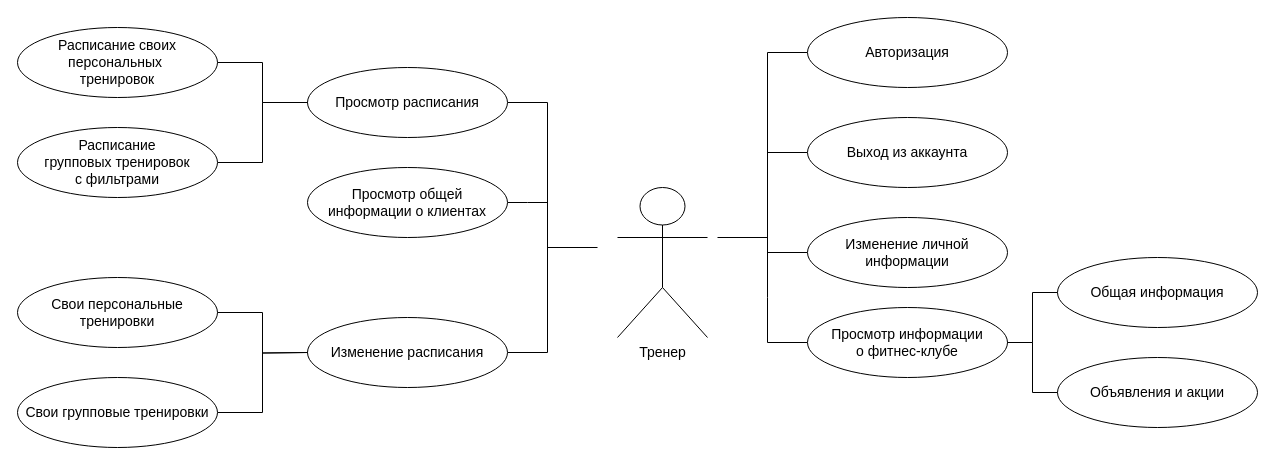
Earlier version of the draw.io diagram page "trainer" (3 of 4) of img/usecase.drawio (Ananasiika/FlexAirFit). Source tidied: cells renumbered, new cells numbered last; positions are measured from the earlier drawing's top-left corner, leaving out a move shared by most shapes. Both pictures are drawn from the tidied source at 100%, with x=0, y=0 at pixel (17, 17).
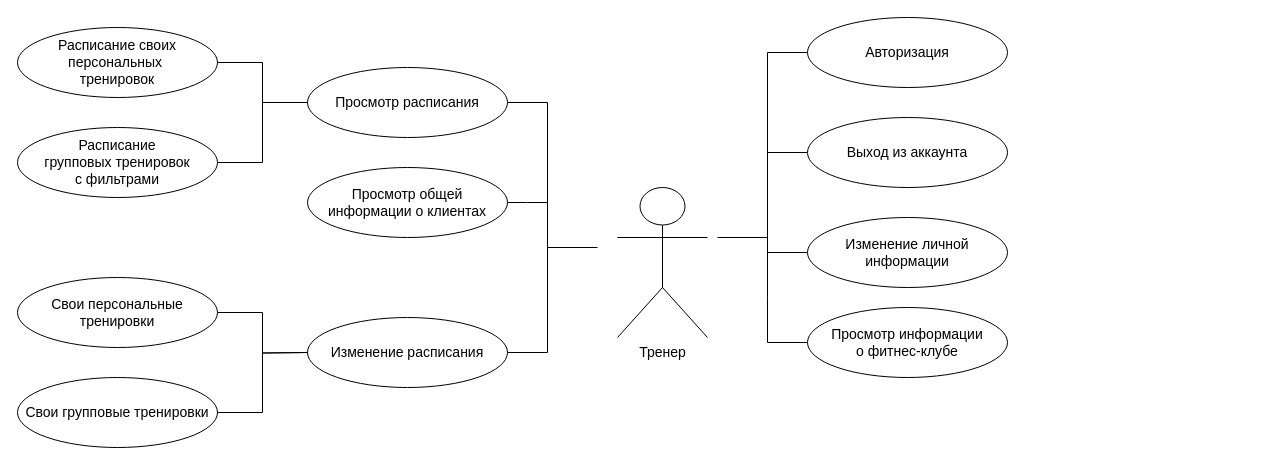
The same diagram, later.

Unchanged cells that the change refers to:
```xml
<mxCell id="13" value="Просмотр информации&lt;br&gt;о фитнес-клубе" style="ellipse;whiteSpace=wrap;html=1;fontSize=14;" parent="1" vertex="1">
  <mxGeometry x="790" y="290" width="200" height="70" as="geometry" />
</mxCell>
```

Diff of the diagram source:
```diff
@@
-    <mxCell id="19" value="Объявления и акции" style="ellipse;whiteSpace=wrap;html=1;fontSize=14;" parent="1" vertex="1">
-      <mxGeometry x="1040" y="340" width="200" height="70" as="geometry" />
-    </mxCell>
-    <mxCell id="20" value="Общая информация" style="ellipse;whiteSpace=wrap;html=1;fontSize=14;" parent="1" vertex="1">
-      <mxGeometry x="1040" y="240" width="200" height="70" as="geometry" />
-    </mxCell>
-    <mxCell id="21" style="endArrow=none;html=1;rounded=0;entryX=0;entryY=0.5;entryDx=0;entryDy=0;exitX=1;exitY=0.5;exitDx=0;exitDy=0;edgeStyle=orthogonalEdgeStyle;" parent="1" edge="1" source="13" target="20">
-      <mxGeometry relative="1" as="geometry" />
-    </mxCell>
-    <mxCell id="22" style="endArrow=none;html=1;rounded=0;entryX=0;entryY=0.5;entryDx=0;entryDy=0;exitX=1;exitY=0.5;exitDx=0;exitDy=0;edgeStyle=orthogonalEdgeStyle;" parent="1" edge="1" source="13" target="19">
-      <mxGeometry relative="1" as="geometry" />
-    </mxCell>
```
